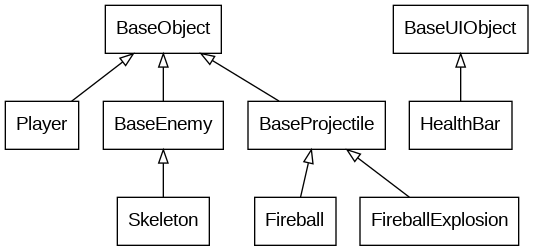
Above: inheritance.gv.png in lachfoy/2dgameABANDONED (Graphviz), before the change. Its source is kept beside it as inheritance.gv.
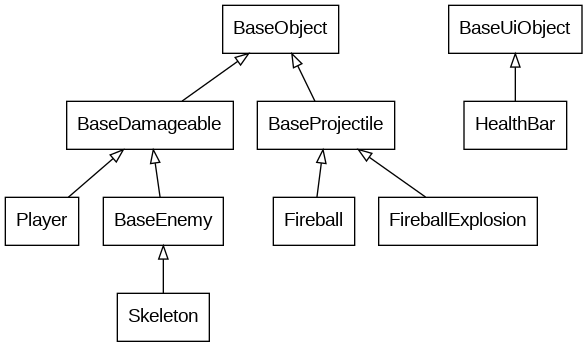
After the commit.

Change to the diagram source:
```diff
@@ -2,10 +2,11 @@
     node [shape=box fontname="Helvetica,Arial,sans-serif"]
     edge [dir=back arrowtail=empty]
 
-    BaseObject->{Player, BaseEnemy, BaseProjectile}
+    BaseObject->{BaseDamageable, BaseProjectile}
+    BaseDamageable->{Player, BaseEnemy}
     BaseProjectile->{Fireball, FireballExplosion}
     BaseEnemy->Skeleton
 
-    BaseUIObject->HealthBar
+    BaseUiObject->HealthBar
 }
 
```
